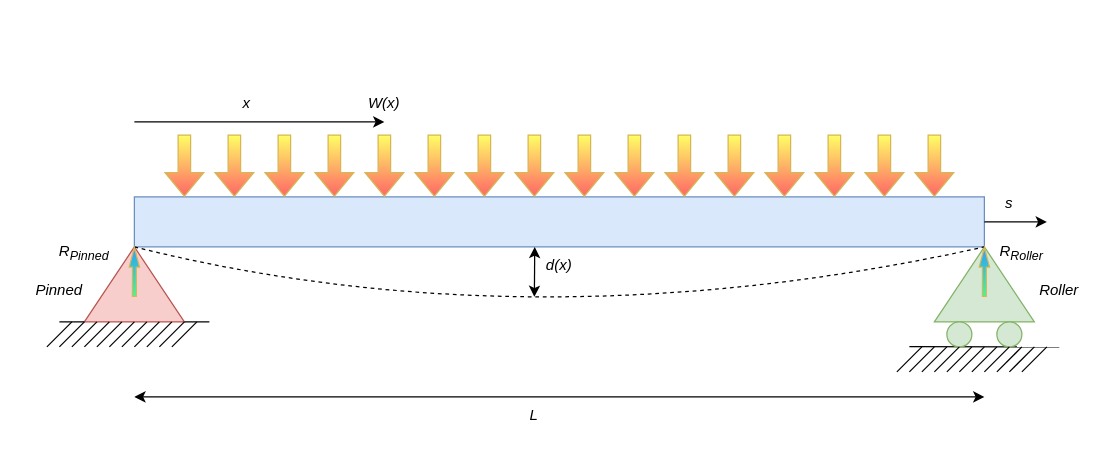
The draw.io diagram People/Jason/CAS 741/assets/temp/beam_bending_diagram_annotated.drawio in balacij/Drasil, before the edit. Source tidied: cells renumbered, new cells numbered last; positions are measured from the earlier drawing's top-left corner, leaving out a move shared by most shapes. Both pictures are drawn from the tidied source at 125%, with x=0, y=0 at pixel (21, 84).
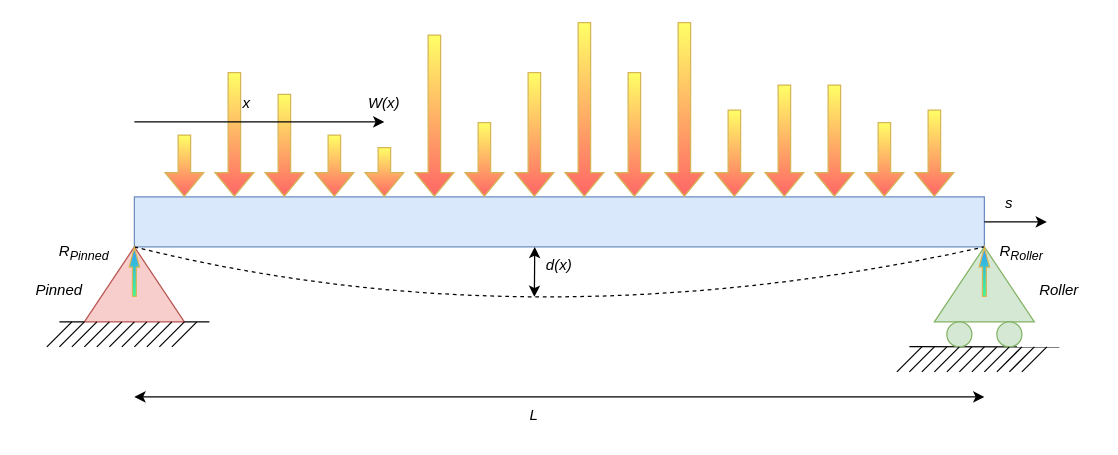
The same diagram, later.

The change refers to these unchanged cells:
```xml
<mxCell id="51" value="x" style="text;html=1;strokeColor=none;fillColor=none;align=center;verticalAlign=middle;whiteSpace=wrap;rounded=0;fontStyle=2;" parent="1" vertex="1">
  <mxGeometry x="150" width="60" height="30" as="geometry" />
</mxCell>
```

What changed in the source:
```diff
@@
     <mxCell id="33" style="shape=flexArrow;endArrow=classic;html=1;rounded=0;fillColor=#FFFF66;strokeColor=#d6b656;gradientColor=#FF6666;shadow=0;" parent="1" edge="1">
       <mxGeometry relative="1" as="geometry">
-        <mxPoint x="170" y="40" as="sourcePoint" />
+        <mxPoint x="170" y="-10" as="sourcePoint" />
         <mxPoint x="170" y="90" as="targetPoint" />
       </mxGeometry>
     </mxCell>
-    <mxCell id="34" style="shape=flexArrow;endArrow=classic;html=1;rounded=0;fillColor=#FFFF66;strokeColor=#d6b656;gradientColor=#FF6666;shadow=0;" parent="1" edge="1">
+    <mxCell id="34" style="shape=flexArrow;endArrow=classic;html=1;rounded=0;fillColor=#FFFF66;strokeColor=#d6b656;gradientColor=#FF6666;shadow=0;exitX=1;exitY=0.25;exitDx=0;exitDy=0;" parent="1" edge="1" source="51">
       <mxGeometry relative="1" as="geometry">
-        <mxPoint x="210" y="40" as="sourcePoint" />
         <mxPoint x="210" y="90" as="targetPoint" />
       </mxGeometry>
     </mxCell>
@@
     <mxCell id="36" style="shape=flexArrow;endArrow=classic;html=1;rounded=0;fillColor=#FFFF66;strokeColor=#d6b656;gradientColor=#FF6666;shadow=0;" parent="1" edge="1">
       <mxGeometry relative="1" as="geometry">
-        <mxPoint x="290" y="40" as="sourcePoint" />
+        <mxPoint x="290" y="50" as="sourcePoint" />
         <mxPoint x="290" y="90" as="targetPoint" />
       </mxGeometry>
     </mxCell>
     <mxCell id="37" style="shape=flexArrow;endArrow=classic;html=1;rounded=0;fillColor=#FFFF66;strokeColor=#d6b656;gradientColor=#FF6666;shadow=0;" parent="1" edge="1">
       <mxGeometry relative="1" as="geometry">
-        <mxPoint x="330" y="40" as="sourcePoint" />
+        <mxPoint x="330" y="-40" as="sourcePoint" />
         <mxPoint x="330" y="90" as="targetPoint" />
       </mxGeometry>
     </mxCell>
     <mxCell id="38" style="shape=flexArrow;endArrow=classic;html=1;rounded=0;fillColor=#FFFF66;strokeColor=#d6b656;gradientColor=#FF6666;shadow=0;" parent="1" edge="1">
       <mxGeometry relative="1" as="geometry">
-        <mxPoint x="370" y="40" as="sourcePoint" />
+        <mxPoint x="370" y="30" as="sourcePoint" />
         <mxPoint x="370" y="90" as="targetPoint" />
       </mxGeometry>
     </mxCell>
     <mxCell id="39" style="shape=flexArrow;endArrow=classic;html=1;rounded=0;fillColor=#FFFF66;strokeColor=#d6b656;gradientColor=#FF6666;shadow=0;" parent="1" edge="1">
       <mxGeometry relative="1" as="geometry">
-        <mxPoint x="410" y="40" as="sourcePoint" />
+        <mxPoint x="410" y="-10" as="sourcePoint" />
         <mxPoint x="410" y="90" as="targetPoint" />
       </mxGeometry>
     </mxCell>
     <mxCell id="40" style="shape=flexArrow;endArrow=classic;html=1;rounded=0;fillColor=#FFFF66;strokeColor=#d6b656;gradientColor=#FF6666;shadow=0;" parent="1" edge="1">
       <mxGeometry relative="1" as="geometry">
-        <mxPoint x="450" y="40" as="sourcePoint" />
+        <mxPoint x="450" y="-50" as="sourcePoint" />
         <mxPoint x="450" y="90" as="targetPoint" />
       </mxGeometry>
     </mxCell>
     <mxCell id="41" style="shape=flexArrow;endArrow=classic;html=1;rounded=0;fillColor=#FFFF66;strokeColor=#d6b656;gradientColor=#FF6666;shadow=0;" parent="1" edge="1">
       <mxGeometry relative="1" as="geometry">
-        <mxPoint x="490" y="40" as="sourcePoint" />
+        <mxPoint x="490" y="-10" as="sourcePoint" />
         <mxPoint x="490" y="90" as="targetPoint" />
       </mxGeometry>
     </mxCell>
     <mxCell id="42" style="shape=flexArrow;endArrow=classic;html=1;rounded=0;fillColor=#FFFF66;strokeColor=#d6b656;gradientColor=#FF6666;shadow=0;" parent="1" edge="1">
       <mxGeometry relative="1" as="geometry">
-        <mxPoint x="530" y="40" as="sourcePoint" />
+        <mxPoint x="530" y="-50" as="sourcePoint" />
         <mxPoint x="530" y="90" as="targetPoint" />
       </mxGeometry>
     </mxCell>
     <mxCell id="43" style="shape=flexArrow;endArrow=classic;html=1;rounded=0;fillColor=#FFFF66;strokeColor=#d6b656;gradientColor=#FF6666;shadow=0;" parent="1" edge="1">
       <mxGeometry relative="1" as="geometry">
-        <mxPoint x="570" y="40" as="sourcePoint" />
+        <mxPoint x="570" y="20" as="sourcePoint" />
         <mxPoint x="570" y="90" as="targetPoint" />
       </mxGeometry>
     </mxCell>
     <mxCell id="44" style="shape=flexArrow;endArrow=classic;html=1;rounded=0;fillColor=#FFFF66;strokeColor=#d6b656;gradientColor=#FF6666;shadow=0;" parent="1" edge="1">
       <mxGeometry relative="1" as="geometry">
-        <mxPoint x="610" y="40" as="sourcePoint" />
+        <mxPoint x="610" as="sourcePoint" />
         <mxPoint x="610" y="90" as="targetPoint" />
       </mxGeometry>
     </mxCell>
     <mxCell id="45" style="shape=flexArrow;endArrow=classic;html=1;rounded=0;fillColor=#FFFF66;strokeColor=#d6b656;gradientColor=#FF6666;shadow=0;" parent="1" edge="1">
       <mxGeometry relative="1" as="geometry">
-        <mxPoint x="650" y="40" as="sourcePoint" />
+        <mxPoint x="650" as="sourcePoint" />
         <mxPoint x="650" y="90" as="targetPoint" />
       </mxGeometry>
     </mxCell>
     <mxCell id="46" style="shape=flexArrow;endArrow=classic;html=1;rounded=0;fillColor=#FFFF66;strokeColor=#d6b656;gradientColor=#FF6666;shadow=0;" parent="1" edge="1">
       <mxGeometry relative="1" as="geometry">
-        <mxPoint x="690" y="40" as="sourcePoint" />
+        <mxPoint x="690" y="30" as="sourcePoint" />
         <mxPoint x="690" y="90" as="targetPoint" />
       </mxGeometry>
     </mxCell>
     <mxCell id="47" style="shape=flexArrow;endArrow=classic;html=1;rounded=0;fillColor=#FFFF66;strokeColor=#d6b656;gradientColor=#FF6666;shadow=0;" parent="1" edge="1">
       <mxGeometry relative="1" as="geometry">
-        <mxPoint x="730" y="40" as="sourcePoint" />
+        <mxPoint x="730" y="20" as="sourcePoint" />
         <mxPoint x="730" y="90" as="targetPoint" />
       </mxGeometry>
     </mxCell>
```
